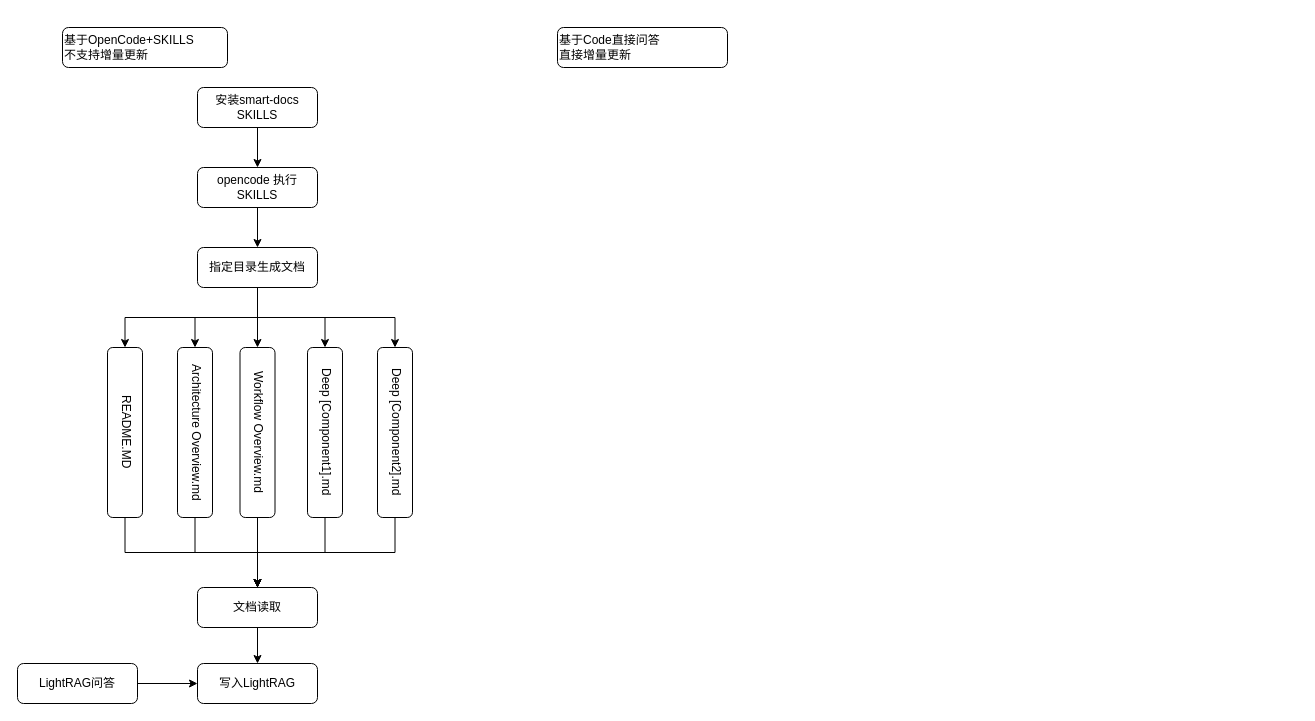
Above: 知识库架构.drawio in S0Louis/drowio (draw.io), before the change. Source tidied: cells renumbered, new cells numbered last; positions are measured from the earlier drawing's top-left corner, leaving out a move shared by most shapes. Both pictures are drawn from the tidied source at 100%, with x=0, y=0 at pixel (17, 27).
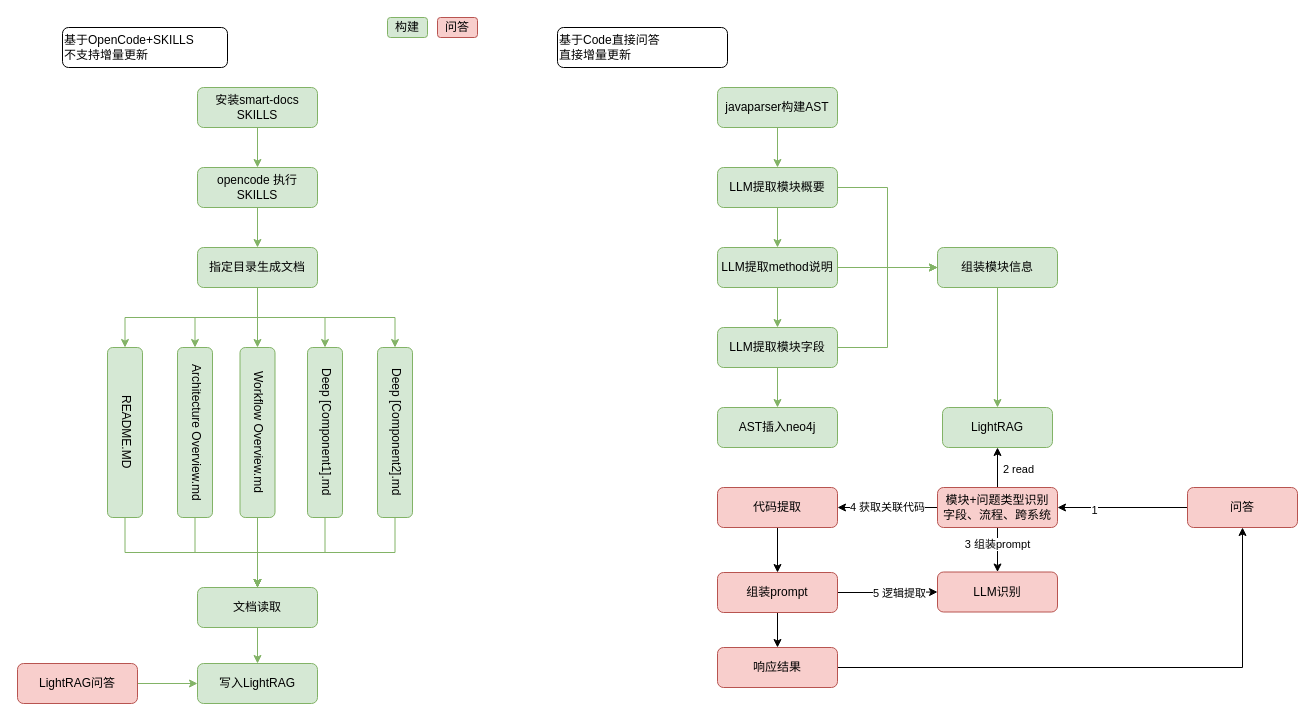
Above is the later version.

Commit message (it also covers changes not shown here):
更新知识库架构.drawio

Diff of the diagram source:
```diff
@@
-    <mxCell id="2" style="edgeStyle=orthogonalEdgeStyle;rounded=0;jettySize=auto;html=1;" parent="1" edge="1" source="3" target="5">
+    <mxCell id="2" style="edgeStyle=orthogonalEdgeStyle;rounded=0;jettySize=auto;html=1;fillColor=#d5e8d4;strokeColor=#82b366;" parent="1" edge="1" source="3" target="5">
       <mxGeometry relative="1" as="geometry" />
     </mxCell>
-    <mxCell id="3" value="安装smart-docs SKILLS" style="rounded=1;whiteSpace=wrap;html=1;fontSize=12;glass=0;strokeWidth=1;shadow=0;" parent="1" vertex="1">
+    <mxCell id="3" value="安装smart-docs SKILLS" style="rounded=1;whiteSpace=wrap;html=1;fontSize=12;glass=0;strokeWidth=1;shadow=0;fillColor=#d5e8d4;strokeColor=#82b366;" parent="1" vertex="1">
       <mxGeometry x="180" y="60" width="120" height="40" as="geometry" />
     </mxCell>
-    <mxCell id="4" style="edgeStyle=orthogonalEdgeStyle;rounded=0;jettySize=auto;html=1;" parent="1" edge="1" source="5" target="11">
+    <mxCell id="4" style="edgeStyle=orthogonalEdgeStyle;rounded=0;jettySize=auto;html=1;fillColor=#d5e8d4;strokeColor=#82b366;" parent="1" edge="1" source="5" target="11">
       <mxGeometry relative="1" as="geometry" />
     </mxCell>
-    <mxCell id="5" value="opencode 执行SKILLS" style="rounded=1;whiteSpace=wrap;html=1;fontSize=12;glass=0;strokeWidth=1;shadow=0;" parent="1" vertex="1">
+    <mxCell id="5" value="opencode 执行SKILLS" style="rounded=1;whiteSpace=wrap;html=1;fontSize=12;glass=0;strokeWidth=1;shadow=0;fillColor=#d5e8d4;strokeColor=#82b366;" parent="1" vertex="1">
       <mxGeometry x="180" y="140" width="120" height="40" as="geometry" />
     </mxCell>
@@
-    <mxCell id="7" style="edgeStyle=orthogonalEdgeStyle;rounded=0;jettySize=auto;html=1;exitX=0.5;exitY=1;exitDx=0;exitDy=0;entryX=0.5;entryY=0;entryDx=0;entryDy=0;" parent="1" edge="1" source="11" target="14">
+    <mxCell id="7" style="edgeStyle=orthogonalEdgeStyle;rounded=0;jettySize=auto;html=1;exitX=0.5;exitY=1;exitDx=0;exitDy=0;entryX=0.5;entryY=0;entryDx=0;entryDy=0;fillColor=#d5e8d4;strokeColor=#82b366;" parent="1" edge="1" source="11" target="14">
       <mxGeometry relative="1" as="geometry" />
     </mxCell>
-    <mxCell id="8" style="edgeStyle=orthogonalEdgeStyle;rounded=0;jettySize=auto;html=1;exitX=0.5;exitY=1;exitDx=0;exitDy=0;entryX=0.5;entryY=0;entryDx=0;entryDy=0;" parent="1" edge="1" source="11" target="13">
+    <mxCell id="8" style="edgeStyle=orthogonalEdgeStyle;rounded=0;jettySize=auto;html=1;exitX=0.5;exitY=1;exitDx=0;exitDy=0;entryX=0.5;entryY=0;entryDx=0;entryDy=0;fillColor=#d5e8d4;strokeColor=#82b366;" parent="1" edge="1" source="11" target="13">
       <mxGeometry relative="1" as="geometry" />
     </mxCell>
-    <mxCell id="9" style="edgeStyle=orthogonalEdgeStyle;rounded=0;jettySize=auto;html=1;" parent="1" edge="1" source="11" target="15">
+    <mxCell id="9" style="edgeStyle=orthogonalEdgeStyle;rounded=0;jettySize=auto;html=1;fillColor=#d5e8d4;strokeColor=#82b366;" parent="1" edge="1" source="11" target="15">
       <mxGeometry relative="1" as="geometry" />
     </mxCell>
-    <mxCell id="10" style="edgeStyle=orthogonalEdgeStyle;rounded=0;jettySize=auto;html=1;exitX=0.5;exitY=1;exitDx=0;exitDy=0;entryX=0.5;entryY=0;entryDx=0;entryDy=0;" parent="1" edge="1" source="11" target="16">
+    <mxCell id="10" style="edgeStyle=orthogonalEdgeStyle;rounded=0;jettySize=auto;html=1;exitX=0.5;exitY=1;exitDx=0;exitDy=0;entryX=0.5;entryY=0;entryDx=0;entryDy=0;fillColor=#d5e8d4;strokeColor=#82b366;" parent="1" edge="1" source="11" target="16">
       <mxGeometry relative="1" as="geometry" />
     </mxCell>
-    <mxCell id="11" value="指定目录生成文档" style="rounded=1;whiteSpace=wrap;html=1;fontSize=12;glass=0;strokeWidth=1;shadow=0;" parent="1" vertex="1">
+    <mxCell id="11" value="指定目录生成文档" style="rounded=1;whiteSpace=wrap;html=1;fontSize=12;glass=0;strokeWidth=1;shadow=0;fillColor=#d5e8d4;strokeColor=#82b366;" parent="1" vertex="1">
       <mxGeometry x="180" y="220" width="120" height="40" as="geometry" />
     </mxCell>
-    <mxCell id="12" style="edgeStyle=orthogonalEdgeStyle;rounded=0;jettySize=auto;html=1;entryX=0.5;entryY=0;entryDx=0;entryDy=0;exitX=0.5;exitY=1;exitDx=0;exitDy=0;" parent="1" edge="1" source="13" target="20">
+    <mxCell id="12" style="edgeStyle=orthogonalEdgeStyle;rounded=0;jettySize=auto;html=1;entryX=0.5;entryY=0;entryDx=0;entryDy=0;exitX=0.5;exitY=1;exitDx=0;exitDy=0;fillColor=#d5e8d4;strokeColor=#82b366;" parent="1" edge="1" source="13" target="20">
       <mxGeometry relative="1" as="geometry" />
     </mxCell>
-    <mxCell id="13" value="README.MD" style="rounded=1;whiteSpace=wrap;html=1;fontSize=12;glass=0;strokeWidth=1;shadow=0;horizontal=1;textDirection=vertical-lr;" parent="1" vertex="1">
+    <mxCell id="13" value="README.MD" style="rounded=1;whiteSpace=wrap;html=1;fontSize=12;glass=0;strokeWidth=1;shadow=0;horizontal=1;textDirection=vertical-lr;fillColor=#d5e8d4;strokeColor=#82b366;" parent="1" vertex="1">
       <mxGeometry x="90" y="320" width="35" height="170" as="geometry" />
     </mxCell>
-    <mxCell id="14" value="Architecture Overview.md" style="rounded=1;whiteSpace=wrap;html=1;fontSize=12;glass=0;strokeWidth=1;shadow=0;horizontal=1;textDirection=vertical-lr;" parent="1" vertex="1">
+    <mxCell id="14" value="Architecture Overview.md" style="rounded=1;whiteSpace=wrap;html=1;fontSize=12;glass=0;strokeWidth=1;shadow=0;horizontal=1;textDirection=vertical-lr;fillColor=#d5e8d4;strokeColor=#82b366;" parent="1" vertex="1">
       <mxGeometry x="160" y="320" width="35" height="170" as="geometry" />
     </mxCell>
-    <mxCell id="15" value="Workflow Overview.md" style="rounded=1;whiteSpace=wrap;html=1;fontSize=12;glass=0;strokeWidth=1;shadow=0;horizontal=1;textDirection=vertical-lr;" parent="1" vertex="1">
+    <mxCell id="15" value="Workflow Overview.md" style="rounded=1;whiteSpace=wrap;html=1;fontSize=12;glass=0;strokeWidth=1;shadow=0;horizontal=1;textDirection=vertical-lr;fillColor=#d5e8d4;strokeColor=#82b366;" parent="1" vertex="1">
       <mxGeometry x="222.5" y="320" width="35" height="170" as="geometry" />
     </mxCell>
-    <mxCell id="16" value="Deep [Component1].md" style="rounded=1;whiteSpace=wrap;html=1;fontSize=12;glass=0;strokeWidth=1;shadow=0;horizontal=1;textDirection=vertical-lr;" parent="1" vertex="1">
+    <mxCell id="16" value="Deep [Component1].md" style="rounded=1;whiteSpace=wrap;html=1;fontSize=12;glass=0;strokeWidth=1;shadow=0;horizontal=1;textDirection=vertical-lr;fillColor=#d5e8d4;strokeColor=#82b366;" parent="1" vertex="1">
       <mxGeometry x="290" y="320" width="35" height="170" as="geometry" />
     </mxCell>
-    <mxCell id="17" value="Deep [Component2].md" style="rounded=1;whiteSpace=wrap;html=1;fontSize=12;glass=0;strokeWidth=1;shadow=0;horizontal=1;textDirection=vertical-lr;" parent="1" vertex="1">
+    <mxCell id="17" value="Deep [Component2].md" style="rounded=1;whiteSpace=wrap;html=1;fontSize=12;glass=0;strokeWidth=1;shadow=0;horizontal=1;textDirection=vertical-lr;fillColor=#d5e8d4;strokeColor=#82b366;" parent="1" vertex="1">
       <mxGeometry x="360" y="320" width="35" height="170" as="geometry" />
     </mxCell>
-    <mxCell id="18" style="edgeStyle=orthogonalEdgeStyle;rounded=0;jettySize=auto;html=1;exitX=0.5;exitY=1;exitDx=0;exitDy=0;entryX=0.5;entryY=0;entryDx=0;entryDy=0;" parent="1" edge="1" source="11" target="17">
+    <mxCell id="18" style="edgeStyle=orthogonalEdgeStyle;rounded=0;jettySize=auto;html=1;exitX=0.5;exitY=1;exitDx=0;exitDy=0;entryX=0.5;entryY=0;entryDx=0;entryDy=0;fillColor=#d5e8d4;strokeColor=#82b366;" parent="1" edge="1" source="11" target="17">
       <mxGeometry relative="1" as="geometry" />
     </mxCell>
-    <mxCell id="19" style="edgeStyle=orthogonalEdgeStyle;rounded=0;jettySize=auto;html=1;" parent="1" edge="1" source="20" target="25">
+    <mxCell id="19" style="edgeStyle=orthogonalEdgeStyle;rounded=0;jettySize=auto;html=1;fillColor=#d5e8d4;strokeColor=#82b366;" parent="1" edge="1" source="20" target="25">
       <mxGeometry relative="1" as="geometry" />
     </mxCell>
-    <mxCell id="20" value="文档读取" style="rounded=1;whiteSpace=wrap;html=1;" parent="1" vertex="1">
+    <mxCell id="20" value="文档读取" style="rounded=1;whiteSpace=wrap;html=1;fillColor=#d5e8d4;strokeColor=#82b366;" parent="1" vertex="1">
       <mxGeometry x="180" y="560" width="120" height="40" as="geometry" />
     </mxCell>
-    <mxCell id="21" style="edgeStyle=orthogonalEdgeStyle;rounded=0;jettySize=auto;html=1;entryX=0.5;entryY=0;entryDx=0;entryDy=0;exitX=0.5;exitY=1;exitDx=0;exitDy=0;" parent="1" edge="1" source="14" target="20">
+    <mxCell id="21" style="edgeStyle=orthogonalEdgeStyle;rounded=0;jettySize=auto;html=1;entryX=0.5;entryY=0;entryDx=0;entryDy=0;exitX=0.5;exitY=1;exitDx=0;exitDy=0;fillColor=#d5e8d4;strokeColor=#82b366;" parent="1" edge="1" source="14" target="20">
       <mxGeometry relative="1" as="geometry" />
     </mxCell>
-    <mxCell id="22" style="edgeStyle=orthogonalEdgeStyle;rounded=0;jettySize=auto;html=1;entryX=0.5;entryY=0;entryDx=0;entryDy=0;exitX=0.5;exitY=1;exitDx=0;exitDy=0;" parent="1" edge="1" source="15" target="20">
+    <mxCell id="22" style="edgeStyle=orthogonalEdgeStyle;rounded=0;jettySize=auto;html=1;entryX=0.5;entryY=0;entryDx=0;entryDy=0;exitX=0.5;exitY=1;exitDx=0;exitDy=0;fillColor=#d5e8d4;strokeColor=#82b366;" parent="1" edge="1" source="15" target="20">
       <mxGeometry relative="1" as="geometry" />
     </mxCell>
-    <mxCell id="23" style="edgeStyle=orthogonalEdgeStyle;rounded=0;jettySize=auto;html=1;entryX=0.5;entryY=0;entryDx=0;entryDy=0;exitX=0.5;exitY=1;exitDx=0;exitDy=0;" parent="1" edge="1" source="16" target="20">
+    <mxCell id="23" style="edgeStyle=orthogonalEdgeStyle;rounded=0;jettySize=auto;html=1;entryX=0.5;entryY=0;entryDx=0;entryDy=0;exitX=0.5;exitY=1;exitDx=0;exitDy=0;fillColor=#d5e8d4;strokeColor=#82b366;" parent="1" edge="1" source="16" target="20">
       <mxGeometry relative="1" as="geometry" />
     </mxCell>
-    <mxCell id="24" style="edgeStyle=orthogonalEdgeStyle;rounded=0;jettySize=auto;html=1;entryX=0.5;entryY=0;entryDx=0;entryDy=0;exitX=0.5;exitY=1;exitDx=0;exitDy=0;" parent="1" edge="1" source="17" target="20">
+    <mxCell id="24" style="edgeStyle=orthogonalEdgeStyle;rounded=0;jettySize=auto;html=1;entryX=0.5;entryY=0;entryDx=0;entryDy=0;exitX=0.5;exitY=1;exitDx=0;exitDy=0;fillColor=#d5e8d4;strokeColor=#82b366;" parent="1" edge="1" source="17" target="20">
       <mxGeometry relative="1" as="geometry" />
     </mxCell>
-    <mxCell id="25" value="写入LightRAG" style="rounded=1;whiteSpace=wrap;html=1;" parent="1" vertex="1">
+    <mxCell id="25" value="写入LightRAG" style="rounded=1;whiteSpace=wrap;html=1;fillColor=#d5e8d4;strokeColor=#82b366;" parent="1" vertex="1">
       <mxGeometry x="180" y="636" width="120" height="40" as="geometry" />
     </mxCell>
@@
-    <mxCell id="27" style="edgeStyle=orthogonalEdgeStyle;rounded=0;jettySize=auto;html=1;" parent="1" edge="1" source="28" target="25">
+    <mxCell id="27" style="edgeStyle=orthogonalEdgeStyle;rounded=0;jettySize=auto;html=1;fillColor=#d5e8d4;strokeColor=#82b366;" parent="1" edge="1" source="28" target="25">
       <mxGeometry relative="1" as="geometry" />
     </mxCell>
-    <mxCell id="28" value="LightRAG问答" style="rounded=1;whiteSpace=wrap;html=1;" parent="1" vertex="1">
+    <mxCell id="28" value="LightRAG问答" style="rounded=1;whiteSpace=wrap;html=1;fillColor=#f8cecc;strokeColor=#b85450;" parent="1" vertex="1">
       <mxGeometry y="636" width="120" height="40" as="geometry" />
     </mxCell>
+    <mxCell id="29" style="edgeStyle=orthogonalEdgeStyle;rounded=0;jettySize=auto;html=1;fillColor=#d5e8d4;strokeColor=#82b366;" parent="1" edge="1" source="30" target="33">
+      <mxGeometry relative="1" as="geometry" />
+    </mxCell>
+    <mxCell id="30" value="javaparser构建AST" style="rounded=1;whiteSpace=wrap;html=1;fontSize=12;glass=0;strokeWidth=1;shadow=0;fillColor=#d5e8d4;strokeColor=#82b366;" parent="1" vertex="1">
+      <mxGeometry x="700" y="60" width="120" height="40" as="geometry" />
+    </mxCell>
+    <mxCell id="31" style="edgeStyle=orthogonalEdgeStyle;rounded=0;jettySize=auto;html=1;fillColor=#d5e8d4;strokeColor=#82b366;" parent="1" edge="1" source="33" target="36">
+      <mxGeometry relative="1" as="geometry" />
+    </mxCell>
+    <mxCell id="32" style="edgeStyle=orthogonalEdgeStyle;rounded=0;jettySize=auto;html=1;entryX=0;entryY=0.5;entryDx=0;entryDy=0;fillColor=#d5e8d4;strokeColor=#82b366;" parent="1" edge="1" source="33" target="41">
+      <mxGeometry relative="1" as="geometry" />
+    </mxCell>
+    <mxCell id="33" value="LLM提取模块概要" style="rounded=1;whiteSpace=wrap;html=1;fontSize=12;glass=0;strokeWidth=1;shadow=0;fillColor=#d5e8d4;strokeColor=#82b366;" parent="1" vertex="1">
+      <mxGeometry x="700" y="140" width="120" height="40" as="geometry" />
+    </mxCell>
+    <mxCell id="34" style="edgeStyle=orthogonalEdgeStyle;rounded=0;jettySize=auto;html=1;fillColor=#d5e8d4;strokeColor=#82b366;" parent="1" edge="1" source="36" target="39">
+      <mxGeometry relative="1" as="geometry" />
+    </mxCell>
+    <mxCell id="35" style="edgeStyle=orthogonalEdgeStyle;rounded=0;jettySize=auto;html=1;fillColor=#d5e8d4;strokeColor=#82b366;" parent="1" edge="1" source="36" target="41">
+      <mxGeometry relative="1" as="geometry" />
+    </mxCell>
+    <mxCell id="36" value="LLM提取method说明" style="rounded=1;whiteSpace=wrap;html=1;fontSize=12;glass=0;strokeWidth=1;shadow=0;fillColor=#d5e8d4;strokeColor=#82b366;" parent="1" vertex="1">
+      <mxGeometry x="700" y="220" width="120" height="40" as="geometry" />
+    </mxCell>
+    <mxCell id="37" style="edgeStyle=orthogonalEdgeStyle;rounded=0;jettySize=auto;html=1;entryX=0;entryY=0.5;entryDx=0;entryDy=0;fillColor=#d5e8d4;strokeColor=#82b366;" parent="1" edge="1" source="39" target="41">
+      <mxGeometry relative="1" as="geometry" />
+    </mxCell>
+    <mxCell id="38" style="edgeStyle=orthogonalEdgeStyle;rounded=0;jettySize=auto;html=1;fillColor=#d5e8d4;strokeColor=#82b366;" parent="1" edge="1" source="39" target="43">
+      <mxGeometry relative="1" as="geometry" />
+    </mxCell>
+    <mxCell id="39" value="LLM提取模块字段" style="rounded=1;whiteSpace=wrap;html=1;fontSize=12;glass=0;strokeWidth=1;shadow=0;fillColor=#d5e8d4;strokeColor=#82b366;" parent="1" vertex="1">
+      <mxGeometry x="700" y="300" width="120" height="40" as="geometry" />
+    </mxCell>
+    <mxCell id="40" style="edgeStyle=orthogonalEdgeStyle;rounded=0;jettySize=auto;html=1;exitX=0.5;exitY=1;exitDx=0;exitDy=0;fillColor=#d5e8d4;strokeColor=#82b366;" parent="1" edge="1" source="41" target="42">
+      <mxGeometry relative="1" as="geometry" />
+    </mxCell>
+    <mxCell id="41" value="组装模块信息" style="rounded=1;whiteSpace=wrap;html=1;fontSize=12;glass=0;strokeWidth=1;shadow=0;fillColor=#d5e8d4;strokeColor=#82b366;" parent="1" vertex="1">
+      <mxGeometry x="920" y="220" width="120" height="40" as="geometry" />
+    </mxCell>
+    <mxCell id="42" value="LightRAG" style="rounded=1;whiteSpace=wrap;html=1;fontSize=12;glass=0;strokeWidth=1;shadow=0;fillColor=#d5e8d4;strokeColor=#82b366;" parent="1" vertex="1">
+      <mxGeometry x="925" y="380" width="110" height="40" as="geometry" />
+    </mxCell>
+    <mxCell id="43" value="AST插入neo4j" style="rounded=1;whiteSpace=wrap;html=1;fontSize=12;glass=0;strokeWidth=1;shadow=0;fillColor=#d5e8d4;strokeColor=#82b366;" parent="1" vertex="1">
+      <mxGeometry x="700" y="380" width="120" height="40" as="geometry" />
+    </mxCell>
+    <mxCell id="44" value="构建" style="rounded=1;whiteSpace=wrap;html=1;fontSize=12;glass=0;strokeWidth=1;shadow=0;fillColor=#d5e8d4;strokeColor=#82b366;" parent="1" vertex="1">
+      <mxGeometry x="370" y="-10" width="40" height="20" as="geometry" />
+    </mxCell>
+    <mxCell id="45" value="问答" style="rounded=1;whiteSpace=wrap;html=1;fontSize=12;glass=0;strokeWidth=1;shadow=0;fillColor=#f8cecc;strokeColor=#b85450;" parent="1" vertex="1">
+      <mxGeometry x="420" y="-10" width="40" height="20" as="geometry" />
+    </mxCell>
+    <mxCell id="46" style="edgeStyle=orthogonalEdgeStyle;rounded=0;jettySize=auto;html=1;" parent="1" edge="1" source="48" target="54">
+      <mxGeometry relative="1" as="geometry" />
+    </mxCell>
+    <mxCell id="47" value="1" style="edgeLabel;html=1;align=center;verticalAlign=middle;" parent="46" vertex="1">
+      <mxGeometry x="0.45" y="2" relative="1" as="geometry" />
+    </mxCell>
+    <mxCell id="48" value="问答" style="rounded=1;whiteSpace=wrap;html=1;fontSize=12;glass=0;strokeWidth=1;shadow=0;fillColor=#f8cecc;strokeColor=#b85450;" parent="1" vertex="1">
+      <mxGeometry x="1170" y="460" width="110" height="40" as="geometry" />
+    </mxCell>
+    <mxCell id="49" style="edgeStyle=orthogonalEdgeStyle;rounded=0;jettySize=auto;html=1;" parent="1" edge="1" source="54" target="42">
+      <mxGeometry relative="1" as="geometry" />
+    </mxCell>
+    <mxCell id="50" value="2 read" style="edgeLabel;html=1;align=center;verticalAlign=middle;" parent="49" vertex="1">
+      <mxGeometry x="0.17" y="-3" relative="1" as="geometry">
+        <mxPoint x="17" y="4" as="offset" />
+      </mxGeometry>
+    </mxCell>
+    <mxCell id="51" style="edgeStyle=orthogonalEdgeStyle;rounded=0;jettySize=auto;html=1;" parent="1" edge="1" source="54" target="55">
+      <mxGeometry relative="1" as="geometry" />
+    </mxCell>
+    <mxCell id="52" value="3 组装prompt" style="edgeLabel;html=1;align=center;verticalAlign=middle;" parent="51" vertex="1">
+      <mxGeometry x="-0.26" y="-1" relative="1" as="geometry" />
+    </mxCell>
+    <mxCell id="53" value="4 获取关联代码" style="edgeStyle=orthogonalEdgeStyle;rounded=0;jettySize=auto;html=1;" parent="1" edge="1" source="54" target="57">
+      <mxGeometry relative="1" as="geometry" />
+    </mxCell>
+    <mxCell id="54" value="模块+问题类型识别&lt;div&gt;字段、流程、跨系统&lt;/div&gt;" style="rounded=1;whiteSpace=wrap;html=1;fontSize=12;glass=0;strokeWidth=1;shadow=0;fillColor=#f8cecc;strokeColor=#b85450;" parent="1" vertex="1">
+      <mxGeometry x="920" y="460" width="120" height="40" as="geometry" />
+    </mxCell>
+    <mxCell id="55" value="LLM识别" style="rounded=1;whiteSpace=wrap;html=1;fontSize=12;glass=0;strokeWidth=1;shadow=0;fillColor=#f8cecc;strokeColor=#b85450;" parent="1" vertex="1">
+      <mxGeometry x="920" y="544.5" width="120" height="40" as="geometry" />
+    </mxCell>
+    <mxCell id="56" style="edgeStyle=orthogonalEdgeStyle;rounded=0;jettySize=auto;html=1;" parent="1" edge="1" source="57" target="61">
+      <mxGeometry relative="1" as="geometry" />
+    </mxCell>
+    <mxCell id="57" value="代码提取" style="rounded=1;whiteSpace=wrap;html=1;fontSize=12;glass=0;strokeWidth=1;shadow=0;fillColor=#f8cecc;strokeColor=#b85450;" parent="1" vertex="1">
+      <mxGeometry x="700" y="460" width="120" height="40" as="geometry" />
+    </mxCell>
+    <mxCell id="58" style="edgeStyle=orthogonalEdgeStyle;rounded=0;jettySize=auto;html=1;" parent="1" edge="1" source="61" target="55">
+      <mxGeometry relative="1" as="geometry" />
+    </mxCell>
+    <mxCell id="59" value="5 逻辑提取" style="edgeLabel;html=1;align=center;verticalAlign=middle;" parent="58" vertex="1">
+      <mxGeometry x="0.24" relative="1" as="geometry">
+        <mxPoint y="1" as="offset" />
+      </mxGeometry>
+    </mxCell>
+    <mxCell id="60" style="edgeStyle=orthogonalEdgeStyle;rounded=0;jettySize=auto;html=1;" parent="1" edge="1" source="61" target="63">
+      <mxGeometry relative="1" as="geometry" />
+    </mxCell>
+    <mxCell id="61" value="组装prompt" style="rounded=1;whiteSpace=wrap;html=1;fontSize=12;glass=0;strokeWidth=1;shadow=0;fillColor=#f8cecc;strokeColor=#b85450;" parent="1" vertex="1">
+      <mxGeometry x="700" y="545" width="120" height="40" as="geometry" />
+    </mxCell>
+    <mxCell id="62" style="edgeStyle=orthogonalEdgeStyle;rounded=0;jettySize=auto;html=1;entryX=0.5;entryY=1;entryDx=0;entryDy=0;" parent="1" edge="1" source="63" target="48">
+      <mxGeometry relative="1" as="geometry" />
+    </mxCell>
+    <mxCell id="63" value="响应结果" style="rounded=1;whiteSpace=wrap;html=1;fontSize=12;glass=0;strokeWidth=1;shadow=0;fillColor=#f8cecc;strokeColor=#b85450;" parent="1" vertex="1">
+      <mxGeometry x="700" y="620" width="120" height="40" as="geometry" />
+    </mxCell>
```
